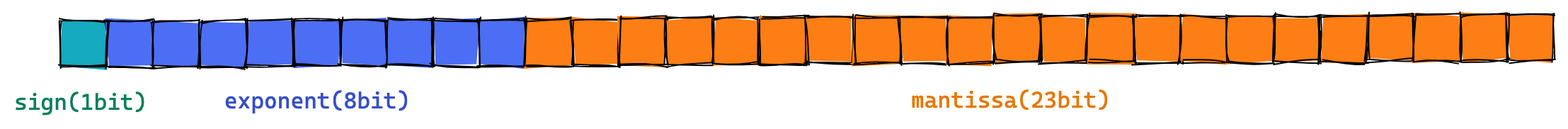
gguguk/gguguk.github.io keeps this Excalidraw diagram as assets/img/post_img/fixed_point_example.png. Above is the earlier version. Source tidied: one line per element, renumbered; positions are measured from the earlier drawing's top-left corner, leaving out a move shared by most shapes. Source of this version:
```json
{"id": 0, "type": "rectangle", "strokeColor": "#000000", "backgroundColor": "#15aabf", "fillStyle": "solid", "strokeWidth": 1, "roughness": 1, "x": 32, "y": 5, "width": 33, "height": 33}
{"id": 1, "type": "rectangle", "strokeColor": "#000000", "backgroundColor": "#4c6ef5", "fillStyle": "solid", "strokeWidth": 1, "roughness": 1, "x": 65, "y": 5, "width": 33, "height": 33}
{"id": 2, "type": "rectangle", "strokeColor": "#000000", "backgroundColor": "#4c6ef5", "fillStyle": "solid", "strokeWidth": 1, "roughness": 1, "x": 98, "y": 5, "width": 33, "height": 33}
{"id": 3, "type": "rectangle", "strokeColor": "#000000", "backgroundColor": "#4c6ef5", "fillStyle": "solid", "strokeWidth": 1, "roughness": 1, "x": 131, "y": 5, "width": 33, "height": 33}
{"id": 4, "type": "rectangle", "strokeColor": "#000000", "backgroundColor": "#4c6ef5", "fillStyle": "solid", "strokeWidth": 1, "roughness": 1, "x": 164, "y": 4, "width": 33, "height": 33}
{"id": 5, "type": "rectangle", "strokeColor": "#000000", "backgroundColor": "#4c6ef5", "fillStyle": "solid", "strokeWidth": 1, "roughness": 1, "x": 197, "y": 4, "width": 33, "height": 33}
{"id": 6, "type": "rectangle", "strokeColor": "#000000", "backgroundColor": "#4c6ef5", "fillStyle": "solid", "strokeWidth": 1, "roughness": 1, "x": 230, "y": 4, "width": 33, "height": 33}
{"id": 7, "type": "rectangle", "strokeColor": "#000000", "backgroundColor": "#4c6ef5", "fillStyle": "solid", "strokeWidth": 1, "roughness": 1, "x": 263, "y": 4, "width": 33, "height": 33}
{"id": 8, "type": "rectangle", "strokeColor": "#000000", "backgroundColor": "#4c6ef5", "fillStyle": "solid", "strokeWidth": 1, "roughness": 1, "x": 296, "y": 4, "width": 33, "height": 33}
{"id": 9, "type": "rectangle", "strokeColor": "#000000", "backgroundColor": "#4c6ef5", "fillStyle": "solid", "strokeWidth": 1, "roughness": 1, "x": 329, "y": 4, "width": 33, "height": 33}
{"id": 10, "type": "rectangle", "strokeColor": "#000000", "backgroundColor": "#fd7e14", "fillStyle": "solid", "strokeWidth": 1, "roughness": 1, "x": 362, "y": 4, "width": 33, "height": 33}
{"id": 11, "type": "rectangle", "strokeColor": "#000000", "backgroundColor": "#fd7e14", "fillStyle": "solid", "strokeWidth": 1, "roughness": 1, "x": 395, "y": 4, "width": 33, "height": 33}
{"id": 12, "type": "rectangle", "strokeColor": "#000000", "backgroundColor": "#fd7e14", "fillStyle": "solid", "strokeWidth": 1, "roughness": 1, "x": 428, "y": 3, "width": 33, "height": 33}
{"id": 13, "type": "rectangle", "strokeColor": "#000000", "backgroundColor": "#fd7e14", "fillStyle": "solid", "strokeWidth": 1, "roughness": 1, "x": 461, "y": 3, "width": 33, "height": 33}
{"id": 14, "type": "rectangle", "strokeColor": "#000000", "backgroundColor": "#fd7e14", "fillStyle": "solid", "strokeWidth": 1, "roughness": 1, "x": 494, "y": 3, "width": 33, "height": 33}
{"id": 15, "type": "rectangle", "strokeColor": "#000000", "backgroundColor": "#fd7e14", "fillStyle": "solid", "strokeWidth": 1, "roughness": 1, "x": 527, "y": 3, "width": 33, "height": 33}
{"id": 16, "type": "rectangle", "strokeColor": "#000000", "backgroundColor": "#fd7e14", "fillStyle": "solid", "strokeWidth": 1, "roughness": 1, "x": 560, "y": 2, "width": 33, "height": 33}
{"id": 17, "type": "rectangle", "strokeColor": "#000000", "backgroundColor": "#fd7e14", "fillStyle": "solid", "strokeWidth": 1, "roughness": 1, "x": 594, "y": 2, "width": 33, "height": 33}
{"id": 18, "type": "rectangle", "strokeColor": "#000000", "backgroundColor": "#fd7e14", "fillStyle": "solid", "strokeWidth": 1, "roughness": 1, "x": 626, "y": 2, "width": 33, "height": 33}
{"id": 19, "type": "rectangle", "strokeColor": "#000000", "backgroundColor": "#fd7e14", "fillStyle": "solid", "strokeWidth": 1, "roughness": 1, "x": 659, "y": 2, "width": 33, "height": 33}
{"id": 20, "type": "rectangle", "strokeColor": "#000000", "backgroundColor": "#fd7e14", "fillStyle": "solid", "strokeWidth": 1, "roughness": 1, "x": 692, "y": 1, "width": 33, "height": 33}
{"id": 21, "type": "rectangle", "strokeColor": "#000000", "backgroundColor": "#fd7e14", "fillStyle": "solid", "strokeWidth": 1, "roughness": 1, "x": 726, "y": 1, "width": 33, "height": 33}
{"id": 22, "type": "rectangle", "strokeColor": "#000000", "backgroundColor": "#fd7e14", "fillStyle": "solid", "strokeWidth": 1, "roughness": 1, "x": 758, "y": 1, "width": 33, "height": 33}
{"id": 23, "type": "rectangle", "strokeColor": "#000000", "backgroundColor": "#fd7e14", "fillStyle": "solid", "strokeWidth": 1, "roughness": 1, "x": 791, "y": 1, "width": 33, "height": 33}
{"id": 24, "type": "rectangle", "strokeColor": "#000000", "backgroundColor": "#fd7e14", "fillStyle": "solid", "strokeWidth": 1, "roughness": 1, "x": 824, "y": 1, "width": 33, "height": 33}
{"id": 25, "type": "rectangle", "strokeColor": "#000000", "backgroundColor": "#fd7e14", "fillStyle": "solid", "strokeWidth": 1, "roughness": 1, "x": 857, "y": 1, "width": 33, "height": 33}
{"id": 26, "type": "rectangle", "strokeColor": "#000000", "backgroundColor": "#fd7e14", "fillStyle": "solid", "strokeWidth": 1, "roughness": 1, "x": 890, "y": 1, "width": 33, "height": 33}
{"id": 27, "type": "rectangle", "strokeColor": "#000000", "backgroundColor": "#fd7e14", "fillStyle": "solid", "strokeWidth": 1, "roughness": 1, "x": 923, "y": 1, "width": 33, "height": 33}
{"id": 28, "type": "rectangle", "strokeColor": "#000000", "backgroundColor": "#fd7e14", "fillStyle": "solid", "strokeWidth": 1, "roughness": 1, "x": 956, "y": 0, "width": 33, "height": 33}
{"id": 29, "type": "rectangle", "strokeColor": "#000000", "backgroundColor": "#fd7e14", "fillStyle": "solid", "strokeWidth": 1, "roughness": 1, "x": 989, "y": 0, "width": 33, "height": 33}
{"id": 30, "type": "rectangle", "strokeColor": "#000000", "backgroundColor": "#fd7e14", "fillStyle": "solid", "strokeWidth": 1, "roughness": 1, "x": 1022, "y": 0, "width": 33, "height": 33}
{"id": 31, "type": "rectangle", "strokeColor": "#000000", "backgroundColor": "#fd7e14", "fillStyle": "solid", "strokeWidth": 1, "roughness": 1, "x": 1055, "y": 0, "width": 33, "height": 33}
{"id": 32, "type": "text", "text": "sign(1bit)", "strokeColor": "#087f5b", "backgroundColor": "#fd7e14", "fillStyle": "solid", "strokeWidth": 1, "roughness": 1, "fontSize": 16, "fontFamily": 3, "x": 0, "y": 52, "width": 94, "height": 19}
{"id": 33, "type": "text", "text": "exponent(8bit)", "strokeColor": "#364fc7", "backgroundColor": "#fd7e14", "fillStyle": "solid", "strokeWidth": 1, "roughness": 1, "fontSize": 16, "fontFamily": 3, "x": 148, "y": 52, "width": 131, "height": 19}
{"id": 34, "type": "text", "text": "mantissa(23bit)", "strokeColor": "#e67700", "backgroundColor": "#fd7e14", "fillStyle": "solid", "strokeWidth": 1, "roughness": 1, "fontSize": 16, "fontFamily": 3, "x": 633, "y": 51, "width": 141, "height": 19}
```
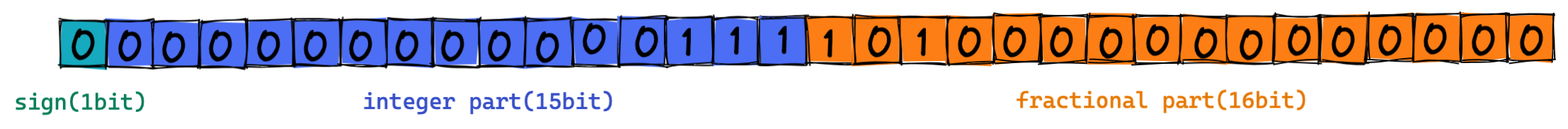
Later version of the same file.

Change to the diagram source:
```diff
@@ -8,14 +8,14 @@
 {"id": 7, "type": "rectangle", "strokeColor": "#000000", "backgroundColor": "#4c6ef5", "fillStyle": "solid", "strokeWidth": 1, "roughness": 1, "x": 263, "y": 4, "width": 33, "height": 33}
 {"id": 8, "type": "rectangle", "strokeColor": "#000000", "backgroundColor": "#4c6ef5", "fillStyle": "solid", "strokeWidth": 1, "roughness": 1, "x": 296, "y": 4, "width": 33, "height": 33}
 {"id": 9, "type": "rectangle", "strokeColor": "#000000", "backgroundColor": "#4c6ef5", "fillStyle": "solid", "strokeWidth": 1, "roughness": 1, "x": 329, "y": 4, "width": 33, "height": 33}
-{"id": 10, "type": "rectangle", "strokeColor": "#000000", "backgroundColor": "#fd7e14", "fillStyle": "solid", "strokeWidth": 1, "roughness": 1, "x": 362, "y": 4, "width": 33, "height": 33}
+{"id": 10, "type": "rectangle", "strokeColor": "#000000", "backgroundColor": "#4c6ef5", "fillStyle": "solid", "strokeWidth": 1, "roughness": 1, "x": 362, "y": 4, "width": 33, "height": 33}
-{"id": 11, "type": "rectangle", "strokeColor": "#000000", "backgroundColor": "#fd7e14", "fillStyle": "solid", "strokeWidth": 1, "roughness": 1, "x": 395, "y": 4, "width": 33, "height": 33}
+{"id": 11, "type": "rectangle", "strokeColor": "#000000", "backgroundColor": "#4c6ef5", "fillStyle": "solid", "strokeWidth": 1, "roughness": 1, "x": 395, "y": 4, "width": 33, "height": 33}
-{"id": 12, "type": "rectangle", "strokeColor": "#000000", "backgroundColor": "#fd7e14", "fillStyle": "solid", "strokeWidth": 1, "roughness": 1, "x": 428, "y": 3, "width": 33, "height": 33}
+{"id": 12, "type": "rectangle", "strokeColor": "#000000", "backgroundColor": "#4c6ef5", "fillStyle": "solid", "strokeWidth": 1, "roughness": 1, "x": 428, "y": 3, "width": 33, "height": 33}
-{"id": 13, "type": "rectangle", "strokeColor": "#000000", "backgroundColor": "#fd7e14", "fillStyle": "solid", "strokeWidth": 1, "roughness": 1, "x": 461, "y": 3, "width": 33, "height": 33}
+{"id": 13, "type": "rectangle", "strokeColor": "#000000", "backgroundColor": "#4c6ef5", "fillStyle": "solid", "strokeWidth": 1, "roughness": 1, "x": 461, "y": 3, "width": 33, "height": 33}
-{"id": 14, "type": "rectangle", "strokeColor": "#000000", "backgroundColor": "#fd7e14", "fillStyle": "solid", "strokeWidth": 1, "roughness": 1, "x": 494, "y": 3, "width": 33, "height": 33}
+{"id": 14, "type": "rectangle", "strokeColor": "#000000", "backgroundColor": "#4c6ef5", "fillStyle": "solid", "strokeWidth": 1, "roughness": 1, "x": 494, "y": 3, "width": 33, "height": 33}
-{"id": 15, "type": "rectangle", "strokeColor": "#000000", "backgroundColor": "#fd7e14", "fillStyle": "solid", "strokeWidth": 1, "roughness": 1, "x": 527, "y": 3, "width": 33, "height": 33}
+{"id": 15, "type": "rectangle", "strokeColor": "#000000", "backgroundColor": "#4c6ef5", "fillStyle": "solid", "strokeWidth": 1, "roughness": 1, "x": 527, "y": 3, "width": 33, "height": 33}
 {"id": 16, "type": "rectangle", "strokeColor": "#000000", "backgroundColor": "#fd7e14", "fillStyle": "solid", "strokeWidth": 1, "roughness": 1, "x": 560, "y": 2, "width": 33, "height": 33}
-{"id": 17, "type": "rectangle", "strokeColor": "#000000", "backgroundColor": "#fd7e14", "fillStyle": "solid", "strokeWidth": 1, "roughness": 1, "x": 594, "y": 2, "width": 33, "height": 33}
+{"id": 17, "type": "rectangle", "strokeColor": "#000000", "backgroundColor": "#fd7e14", "fillStyle": "solid", "strokeWidth": 1, "roughness": 1, "x": 593, "y": 2, "width": 33, "height": 33}
 {"id": 18, "type": "rectangle", "strokeColor": "#000000", "backgroundColor": "#fd7e14", "fillStyle": "solid", "strokeWidth": 1, "roughness": 1, "x": 626, "y": 2, "width": 33, "height": 33}
 {"id": 19, "type": "rectangle", "strokeColor": "#000000", "backgroundColor": "#fd7e14", "fillStyle": "solid", "strokeWidth": 1, "roughness": 1, "x": 659, "y": 2, "width": 33, "height": 33}
 {"id": 20, "type": "rectangle", "strokeColor": "#000000", "backgroundColor": "#fd7e14", "fillStyle": "solid", "strokeWidth": 1, "roughness": 1, "x": 692, "y": 1, "width": 33, "height": 33}
@@ -31,5 +31,37 @@
 {"id": 30, "type": "rectangle", "strokeColor": "#000000", "backgroundColor": "#fd7e14", "fillStyle": "solid", "strokeWidth": 1, "roughness": 1, "x": 1022, "y": 0, "width": 33, "height": 33}
 {"id": 31, "type": "rectangle", "strokeColor": "#000000", "backgroundColor": "#fd7e14", "fillStyle": "solid", "strokeWidth": 1, "roughness": 1, "x": 1055, "y": 0, "width": 33, "height": 33}
 {"id": 32, "type": "text", "text": "sign(1bit)", "strokeColor": "#087f5b", "backgroundColor": "#fd7e14", "fillStyle": "solid", "strokeWidth": 1, "roughness": 1, "fontSize": 16, "fontFamily": 3, "x": 0, "y": 52, "width": 94, "height": 19}
-{"id": 33, "type": "text", "text": "exponent(8bit)", "strokeColor": "#364fc7", "backgroundColor": "#fd7e14", "fillStyle": "solid", "strokeWidth": 1, "roughness": 1, "fontSize": 16, "fontFamily": 3, "x": 148, "y": 52, "width": 131, "height": 19}
+{"id": 33, "type": "text", "text": "integer part(15bit)", "strokeColor": "#364fc7", "backgroundColor": "#fd7e14", "fillStyle": "solid", "strokeWidth": 1, "roughness": 1, "fontSize": 16, "fontFamily": 3, "x": 246, "y": 52, "width": 178, "height": 19}
-{"id": 34, "type": "text", "text": "mantissa(23bit)", "strokeColor": "#e67700", "backgroundColor": "#fd7e14", "fillStyle": "solid", "strokeWidth": 1, "roughness": 1, "fontSize": 16, "fontFamily": 3, "x": 633, "y": 51, "width": 141, "height": 19}
+{"id": 34, "type": "text", "text": "fractional part(16bit)", "strokeColor": "#e67700", "backgroundColor": "#fd7e14", "fillStyle": "solid", "strokeWidth": 1, "roughness": 1, "fontSize": 16, "fontFamily": 3, "x": 708, "y": 51, "width": 206, "height": 19}
+{"id": 35, "type": "text", "text": "1", "strokeColor": "#000000", "backgroundColor": "#fd7e14", "fillStyle": "solid", "strokeWidth": 1, "roughness": 1, "fontSize": 28, "fontFamily": 1, "x": 540, "y": 2, "width": 8, "height": 35}
+{"id": 36, "type": "text", "text": "1", "strokeColor": "#000000", "backgroundColor": "#fd7e14", "fillStyle": "solid", "strokeWidth": 1, "roughness": 1, "fontSize": 28, "fontFamily": 1, "x": 506, "y": 3, "width": 8, "height": 35}
+{"id": 37, "type": "text", "text": "1", "strokeColor": "#000000", "backgroundColor": "#fd7e14", "fillStyle": "solid", "strokeWidth": 1, "roughness": 1, "fontSize": 28, "fontFamily": 1, "x": 472, "y": 4, "width": 8, "height": 35}
+{"id": 38, "type": "text", "text": "1", "strokeColor": "#000000", "backgroundColor": "#fd7e14", "fillStyle": "solid", "strokeWidth": 1, "roughness": 1, "fontSize": 28, "fontFamily": 1, "x": 572, "y": 5, "width": 8, "height": 35}
+{"id": 39, "type": "text", "text": "1", "strokeColor": "#000000", "backgroundColor": "#fd7e14", "fillStyle": "solid", "strokeWidth": 1, "roughness": 1, "fontSize": 28, "fontFamily": 1, "x": 638, "y": 4, "width": 8, "height": 35}
+{"id": 40, "type": "text", "text": "0", "strokeColor": "#000000", "backgroundColor": "#fd7e14", "fillStyle": "solid", "strokeWidth": 1, "roughness": 1, "fontSize": 28, "fontFamily": 1, "x": 602, "y": 5, "width": 19, "height": 35}
+{"id": 41, "type": "text", "text": "0", "strokeColor": "#000000", "backgroundColor": "#fd7e14", "fillStyle": "solid", "strokeWidth": 1, "roughness": 1, "fontSize": 28, "fontFamily": 1, "x": 437, "y": 5, "width": 19, "height": 35}
+{"id": 42, "type": "text", "text": "0", "strokeColor": "#000000", "backgroundColor": "#fd7e14", "fillStyle": "solid", "strokeWidth": 1, "roughness": 1, "fontSize": 28, "fontFamily": 1, "x": 400, "y": 3, "width": 19, "height": 35}
+{"id": 43, "type": "text", "text": "0", "strokeColor": "#000000", "backgroundColor": "#fd7e14", "fillStyle": "solid", "strokeWidth": 1, "roughness": 1, "fontSize": 28, "fontFamily": 1, "x": 367, "y": 9, "width": 19, "height": 35}
+{"id": 44, "type": "text", "text": "0", "strokeColor": "#000000", "backgroundColor": "#fd7e14", "fillStyle": "solid", "strokeWidth": 1, "roughness": 1, "fontSize": 28, "fontFamily": 1, "x": 333, "y": 8, "width": 19, "height": 35}
+{"id": 45, "type": "text", "text": "0", "strokeColor": "#000000", "backgroundColor": "#fd7e14", "fillStyle": "solid", "strokeWidth": 1, "roughness": 1, "fontSize": 28, "fontFamily": 1, "x": 300, "y": 8, "width": 19, "height": 35}
+{"id": 46, "type": "text", "text": "0", "strokeColor": "#000000", "backgroundColor": "#fd7e14", "fillStyle": "solid", "strokeWidth": 1, "roughness": 1, "fontSize": 28, "fontFamily": 1, "x": 268, "y": 8, "width": 19, "height": 35}
+{"id": 47, "type": "text", "text": "0", "strokeColor": "#000000", "backgroundColor": "#fd7e14", "fillStyle": "solid", "strokeWidth": 1, "roughness": 1, "fontSize": 28, "fontFamily": 1, "x": 235, "y": 8, "width": 19, "height": 35}
+{"id": 48, "type": "text", "text": "0", "strokeColor": "#000000", "backgroundColor": "#fd7e14", "fillStyle": "solid", "strokeWidth": 1, "roughness": 1, "fontSize": 28, "fontFamily": 1, "x": 203, "y": 8, "width": 19, "height": 35}
+{"id": 49, "type": "text", "text": "0", "strokeColor": "#000000", "backgroundColor": "#fd7e14", "fillStyle": "solid", "strokeWidth": 1, "roughness": 1, "fontSize": 28, "fontFamily": 1, "x": 170, "y": 8, "width": 19, "height": 35}
+{"id": 50, "type": "text", "text": "0", "strokeColor": "#000000", "backgroundColor": "#fd7e14", "fillStyle": "solid", "strokeWidth": 1, "roughness": 1, "fontSize": 28, "fontFamily": 1, "x": 136, "y": 8, "width": 19, "height": 35}
+{"id": 51, "type": "text", "text": "0", "strokeColor": "#000000", "backgroundColor": "#fd7e14", "fillStyle": "solid", "strokeWidth": 1, "roughness": 1, "fontSize": 28, "fontFamily": 1, "x": 103, "y": 9, "width": 19, "height": 35}
+{"id": 52, "type": "text", "text": "0", "strokeColor": "#000000", "backgroundColor": "#fd7e14", "fillStyle": "solid", "strokeWidth": 1, "roughness": 1, "fontSize": 28, "fontFamily": 1, "x": 72, "y": 8, "width": 19, "height": 35}
+{"id": 53, "type": "text", "text": "0", "strokeColor": "#000000", "backgroundColor": "#fd7e14", "fillStyle": "solid", "strokeWidth": 1, "roughness": 1, "fontSize": 28, "fontFamily": 1, "x": 39, "y": 7, "width": 19, "height": 35}
+{"id": 54, "type": "text", "text": "0", "strokeColor": "#000000", "backgroundColor": "#fd7e14", "fillStyle": "solid", "strokeWidth": 1, "roughness": 1, "fontSize": 28, "fontFamily": 1, "x": 665, "y": 5, "width": 19, "height": 35}
+{"id": 55, "type": "text", "text": "0", "strokeColor": "#000000", "backgroundColor": "#fd7e14", "fillStyle": "solid", "strokeWidth": 1, "roughness": 1, "fontSize": 28, "fontFamily": 1, "x": 697, "y": 5, "width": 19, "height": 35}
+{"id": 56, "type": "text", "text": "0", "strokeColor": "#000000", "backgroundColor": "#fd7e14", "fillStyle": "solid", "strokeWidth": 1, "roughness": 1, "fontSize": 28, "fontFamily": 1, "x": 730, "y": 5, "width": 19, "height": 35}
+{"id": 57, "type": "text", "text": "0", "strokeColor": "#000000", "backgroundColor": "#fd7e14", "fillStyle": "solid", "strokeWidth": 1, "roughness": 1, "fontSize": 28, "fontFamily": 1, "x": 765, "y": 6, "width": 19, "height": 35}
+{"id": 58, "type": "text", "text": "0", "strokeColor": "#000000", "backgroundColor": "#fd7e14", "fillStyle": "solid", "strokeWidth": 1, "roughness": 1, "fontSize": 28, "fontFamily": 1, "x": 798, "y": 4, "width": 19, "height": 35}
+{"id": 59, "type": "text", "text": "0", "strokeColor": "#000000", "backgroundColor": "#fd7e14", "fillStyle": "solid", "strokeWidth": 1, "roughness": 1, "fontSize": 28, "fontFamily": 1, "x": 832, "y": 6, "width": 19, "height": 35}
+{"id": 60, "type": "text", "text": "0", "strokeColor": "#000000", "backgroundColor": "#fd7e14", "fillStyle": "solid", "strokeWidth": 1, "roughness": 1, "fontSize": 28, "fontFamily": 1, "x": 864, "y": 7, "width": 19, "height": 35}
+{"id": 61, "type": "text", "text": "0", "strokeColor": "#000000", "backgroundColor": "#fd7e14", "fillStyle": "solid", "strokeWidth": 1, "roughness": 1, "fontSize": 28, "fontFamily": 1, "x": 898, "y": 4, "width": 19, "height": 35}
+{"id": 62, "type": "text", "text": "0", "strokeColor": "#000000", "backgroundColor": "#fd7e14", "fillStyle": "solid", "strokeWidth": 1, "roughness": 1, "fontSize": 28, "fontFamily": 1, "x": 929, "y": 5, "width": 19, "height": 35}
+{"id": 63, "type": "text", "text": "0", "strokeColor": "#000000", "backgroundColor": "#fd7e14", "fillStyle": "solid", "strokeWidth": 1, "roughness": 1, "fontSize": 28, "fontFamily": 1, "x": 962, "y": 4, "width": 19, "height": 35}
+{"id": 64, "type": "text", "text": "0", "strokeColor": "#000000", "backgroundColor": "#fd7e14", "fillStyle": "solid", "strokeWidth": 1, "roughness": 1, "fontSize": 28, "fontFamily": 1, "x": 994, "y": 3, "width": 19, "height": 35}
+{"id": 65, "type": "text", "text": "0", "strokeColor": "#000000", "backgroundColor": "#fd7e14", "fillStyle": "solid", "strokeWidth": 1, "roughness": 1, "fontSize": 28, "fontFamily": 1, "x": 1028, "y": 4, "width": 19, "height": 35}
+{"id": 66, "type": "text", "text": "0", "strokeColor": "#000000", "backgroundColor": "#fd7e14", "fillStyle": "solid", "strokeWidth": 1, "roughness": 1, "fontSize": 28, "fontFamily": 1, "x": 1062, "y": 4, "width": 19, "height": 35}
```
